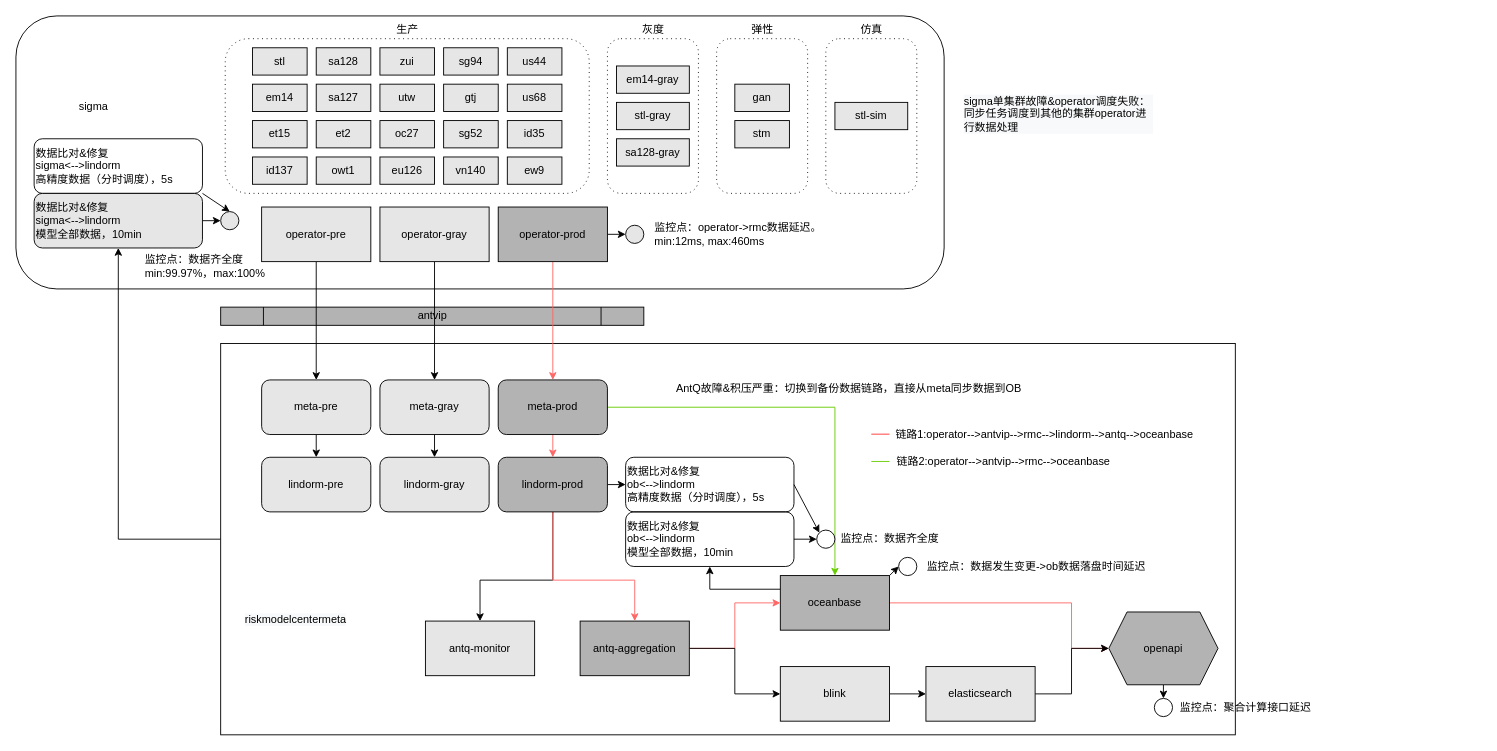
frankneu/draw.io keeps this draw.io diagram as 蚂蚁金服/RMC/蚂蚁金服-RMC-[20200904]-分时调度数据链路.drawio. Above is the earlier version. Source tidied: cells renumbered, new cells numbered last; positions are measured from the earlier drawing's top-left corner, leaving out a move shared by most shapes. Both pictures are drawn from the tidied source at 91%, with x=0, y=0 at pixel (15, 15).
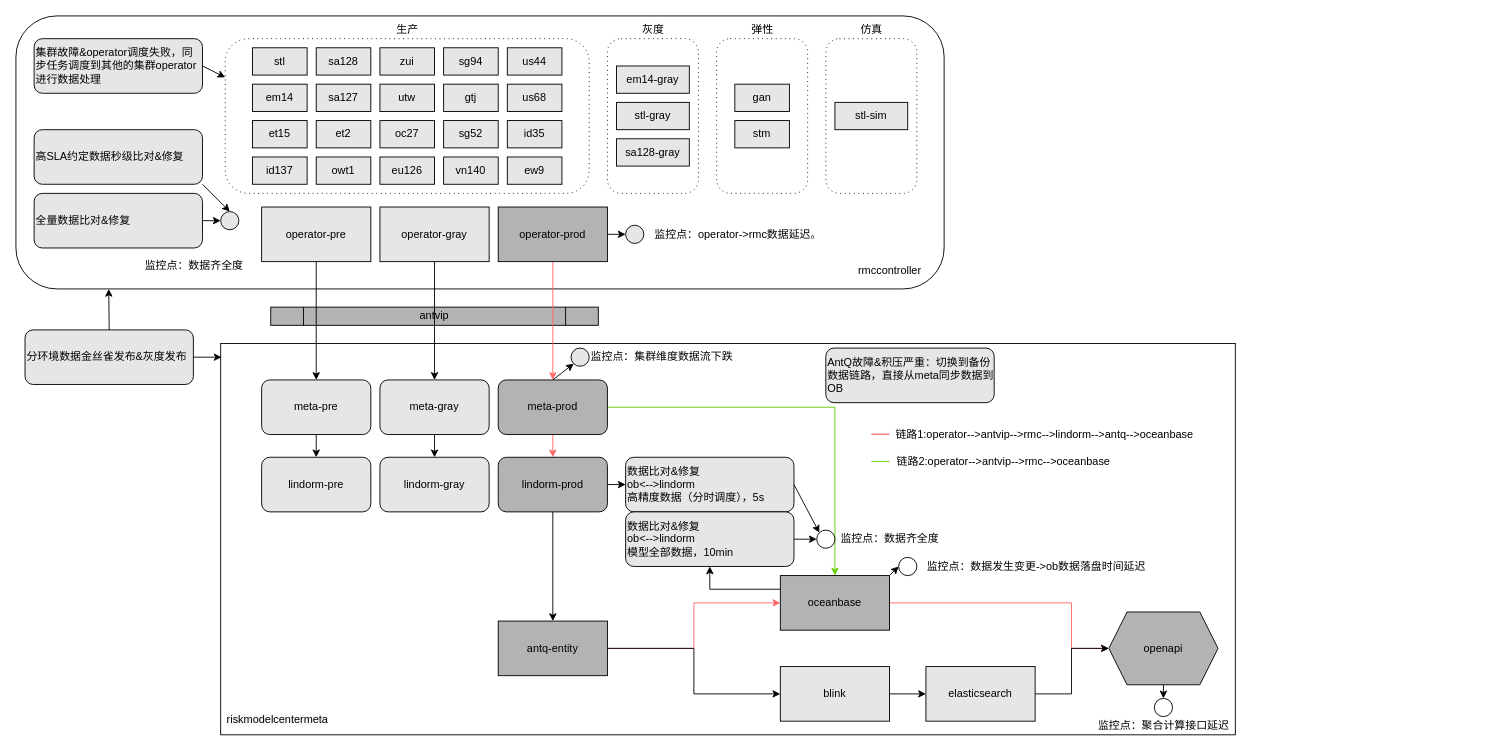
The same diagram, later.

Commit message:
Update 蚂蚁金服-RMC-[20200904]-分时调度数据链路.drawio

Unchanged cells that the change refers to:
```xml
<mxCell id="2" style="rounded=1;whiteSpace=wrap;html=1;" parent="1" vertex="1">
  <mxGeometry width="1020" height="300" as="geometry" />
</mxCell>
<mxCell id="6" style="shape=ext;rounded=1;html=1;whiteSpace=wrap;dashed=1;dashPattern=1 4;" parent="1" vertex="1">
  <mxGeometry x="230" y="25" width="400" height="170" as="geometry" />
</mxCell>
<mxCell id="30" style="rounded=0;whiteSpace=wrap;html=1;" parent="1" vertex="1">
  <mxGeometry x="225" y="360" width="1115" height="430" as="geometry" />
</mxCell>
<mxCell id="60" value="meta-prod" style="rounded=1;whiteSpace=wrap;html=1;fillColor=#B3B3B3;" parent="1" vertex="1">
  <mxGeometry x="530" y="400" width="120" height="60" as="geometry" />
</mxCell>
<mxCell id="66" value="lindorm-prod" style="rounded=1;whiteSpace=wrap;html=1;fillColor=#B3B3B3;" parent="1" vertex="1">
  <mxGeometry x="530" y="485" width="120" height="60" as="geometry" />
</mxCell>
```

What changed in the source:
```diff
@@
     <mxCell id="28" value="antvip" style="shape=process;whiteSpace=wrap;html=1;backgroundOutline=1;fillColor=#B3B3B3;" parent="1" vertex="1">
-      <mxGeometry x="225" y="320" width="465" height="20" as="geometry" />
+      <mxGeometry x="280" y="320" width="360" height="20" as="geometry" />
     </mxCell>
-    <mxCell id="29" style="edgeStyle=orthogonalEdgeStyle;rounded=0;jettySize=auto;html=1;exitX=0;exitY=0.5;exitDx=0;exitDy=0;entryX=0.5;entryY=1;entryDx=0;entryDy=0;" parent="1" edge="1" source="30" target="85">
-      <mxGeometry relative="1" as="geometry" />
-    </mxCell>
@@
-    <mxCell id="40" value="antq-aggregation" style="whiteSpace=wrap;html=1;rounded=0;fillColor=#B3B3B3;" parent="1" vertex="1">
-      <mxGeometry x="620" y="665" width="120" height="60" as="geometry" />
+    <mxCell id="40" value="antq-entity" style="whiteSpace=wrap;html=1;rounded=0;fillColor=#B3B3B3;" parent="1" vertex="1">
+      <mxGeometry x="530" y="665" width="120" height="60" as="geometry" />
     </mxCell>
@@
-    <mxCell id="52" value="antq-monitor" style="whiteSpace=wrap;html=1;rounded=0;fillColor=#E6E6E6;" parent="1" vertex="1">
-      <mxGeometry x="450" y="665" width="120" height="60" as="geometry" />
-    </mxCell>
     <mxCell id="53" value="&lt;span style=&quot;color: rgb(0, 0, 0); font-family: helvetica; font-size: 12px; font-style: normal; font-weight: 400; letter-spacing: normal; text-align: center; text-indent: 0px; text-transform: none; word-spacing: 0px; background-color: rgb(248, 249, 250); display: inline; float: none;&quot;&gt;riskmodelcentermeta&lt;/span&gt;" style="text;whiteSpace=wrap;html=1;" parent="1" vertex="1">
-      <mxGeometry x="250" y="650" width="140" height="30" as="geometry" />
+      <mxGeometry x="230" y="760" width="140" height="30" as="geometry" />
     </mxCell>
@@
+    <mxCell id="102" style="rounded=0;jettySize=auto;html=1;exitX=0.5;exitY=0;exitDx=0;exitDy=0;entryX=0;entryY=1;entryDx=0;entryDy=0;" parent="1" edge="1" source="60" target="106">
+      <mxGeometry relative="1" as="geometry" />
+    </mxCell>
@@
-    <mxCell id="63" style="edgeStyle=orthogonalEdgeStyle;rounded=0;jettySize=auto;html=1;exitX=0.5;exitY=1;exitDx=0;exitDy=0;entryX=0.5;entryY=0;entryDx=0;entryDy=0;fillColor=#E6E6E6;" parent="1" edge="1" source="66" target="52">
-      <mxGeometry relative="1" as="geometry">
-        <Array as="points">
-          <mxPoint x="590" y="620" />
-          <mxPoint x="510" y="620" />
-        </Array>
-      </mxGeometry>
-    </mxCell>
+    <mxCell id="65" style="edgeStyle=none;rounded=0;jettySize=auto;html=1;exitX=1;exitY=0.5;exitDx=0;exitDy=0;entryX=0;entryY=0.5;entryDx=0;entryDy=0;strokeColor=#000000;fillColor=#FFFF99;" parent="1" edge="1" source="66" target="87">
+      <mxGeometry relative="1" as="geometry" />
+    </mxCell>
-    <mxCell id="64" style="edgeStyle=orthogonalEdgeStyle;rounded=0;jettySize=auto;html=1;exitX=0.5;exitY=1;exitDx=0;exitDy=0;entryX=0.5;entryY=0;entryDx=0;entryDy=0;fillColor=#E6E6E6;strokeColor=#FF6666;" parent="1" edge="1" source="66" target="40">
-      <mxGeometry relative="1" as="geometry">
-        <Array as="points">
-          <mxPoint x="590" y="620" />
-          <mxPoint x="680" y="620" />
-        </Array>
-      </mxGeometry>
+    <mxCell id="64" style="edgeStyle=none;rounded=0;jettySize=auto;html=1;exitX=0.5;exitY=1;exitDx=0;exitDy=0;" parent="1" edge="1" source="66" target="40">
+      <mxGeometry relative="1" as="geometry" />
     </mxCell>
-    <mxCell id="65" style="edgeStyle=none;rounded=0;jettySize=auto;html=1;exitX=1;exitY=0.5;exitDx=0;exitDy=0;entryX=0;entryY=0.5;entryDx=0;entryDy=0;strokeColor=#000000;fillColor=#FFFF99;" parent="1" edge="1" source="66" target="87">
-      <mxGeometry relative="1" as="geometry" />
-    </mxCell>
@@
-    <mxCell id="67" value="sigma" style="text;html=1;align=center;verticalAlign=middle;" parent="1" vertex="1">
-      <mxGeometry x="60" y="90" width="50" height="20" as="geometry" />
-    </mxCell>
@@
-    <mxCell id="69" value="&lt;div style=&quot;color: rgb(0 , 0 , 0) ; font-family: &amp;#34;helvetica&amp;#34; ; font-size: 12px ; font-style: normal ; font-weight: 400 ; letter-spacing: normal ; text-indent: 0px ; text-transform: none ; word-spacing: 0px ; background-color: rgb(248 , 249 , 250) ; text-align: left&quot;&gt;sigma单集群故障&amp;amp;operator调度失败：&lt;/div&gt;&lt;div style=&quot;color: rgb(0 , 0 , 0) ; font-family: &amp;#34;helvetica&amp;#34; ; font-size: 12px ; font-style: normal ; font-weight: 400 ; letter-spacing: normal ; text-indent: 0px ; text-transform: none ; word-spacing: 0px ; background-color: rgb(248 , 249 , 250) ; text-align: left&quot;&gt;同步任务调度到其他的集群operator进行数据处理&lt;/div&gt;" style="text;whiteSpace=wrap;html=1;" parent="1" vertex="1">
-      <mxGeometry x="1040" y="80" width="210" height="40" as="geometry" />
-    </mxCell>
-    <mxCell id="70" value="AntQ故障&amp;amp;积压严重：切换到备份数据链路，直接从meta同步数据到OB" style="text;html=1;align=center;verticalAlign=middle;" parent="1" vertex="1">
-      <mxGeometry x="720" y="400" width="390" height="20" as="geometry" />
-    </mxCell>
@@
-    <mxCell id="76" value="监控点：operator-&amp;gt;rmc数据延迟。&lt;br&gt;min:12ms, max:460ms" style="text;html=1;align=left;verticalAlign=middle;" parent="1" vertex="1">
-      <mxGeometry x="700" y="225" width="200" height="30" as="geometry" />
+    <mxCell id="76" value="监控点：operator-&amp;gt;rmc数据延迟。" style="text;html=1;align=left;verticalAlign=middle;" parent="1" vertex="1">
+      <mxGeometry x="700" y="230" width="200" height="20" as="geometry" />
     </mxCell>
@@
-    <mxCell id="83" value="&lt;span&gt;数据比对&lt;/span&gt;&lt;span&gt;&amp;amp;修复&lt;/span&gt;&lt;span&gt;&lt;br&gt;sigma&amp;lt;--&amp;gt;lindorm&lt;/span&gt;&lt;br&gt;&lt;span&gt;高精度数据（分时调度），5s&lt;/span&gt;" style="rounded=1;whiteSpace=wrap;html=1;fillColor=none;align=left;" parent="1" vertex="1">
-      <mxGeometry x="20" y="135" width="185" height="60" as="geometry" />
+    <mxCell id="83" value="高SLA约定数据秒级比对&amp;amp;修复" style="rounded=1;whiteSpace=wrap;html=1;fillColor=#E6E6E6;align=left;" parent="1" vertex="1">
+      <mxGeometry x="20" y="125" width="185" height="60" as="geometry" />
     </mxCell>
@@
-    <mxCell id="85" value="数据比对&amp;amp;修复&lt;br&gt;sigma&amp;lt;--&amp;gt;lindorm&lt;br&gt;模型全部数据，10min" style="rounded=1;whiteSpace=wrap;html=1;fillColor=#E6E6E6;align=left;" parent="1" vertex="1">
+    <mxCell id="85" value="全量数据比对&amp;amp;修复" style="rounded=1;whiteSpace=wrap;html=1;fillColor=#E6E6E6;align=left;" parent="1" vertex="1">
       <mxGeometry x="20" y="195" width="185" height="60" as="geometry" />
     </mxCell>
@@
-    <mxCell id="87" value="&lt;span&gt;数据比对&lt;/span&gt;&lt;span&gt;&amp;amp;修复&lt;/span&gt;&lt;span&gt;&lt;br&gt;ob&amp;lt;--&amp;gt;lindorm&lt;/span&gt;&lt;br&gt;&lt;span&gt;高精度数据（分时调度），5s&lt;/span&gt;" style="rounded=1;whiteSpace=wrap;html=1;fillColor=none;align=left;" parent="1" vertex="1">
+    <mxCell id="87" value="&lt;span&gt;数据比对&lt;/span&gt;&lt;span&gt;&amp;amp;修复&lt;/span&gt;&lt;span&gt;&lt;br&gt;ob&amp;lt;--&amp;gt;lindorm&lt;/span&gt;&lt;br&gt;&lt;span&gt;高精度数据（分时调度），5s&lt;/span&gt;" style="rounded=1;whiteSpace=wrap;html=1;fillColor=#E6E6E6;align=left;" parent="1" vertex="1">
       <mxGeometry x="670" y="485" width="185" height="60" as="geometry" />
     </mxCell>
@@
-    <mxCell id="89" value="数据比对&amp;amp;修复&lt;br&gt;ob&amp;lt;--&amp;gt;lindorm&lt;br&gt;模型全部数据，10min" style="rounded=1;whiteSpace=wrap;html=1;fillColor=none;align=left;" parent="1" vertex="1">
+    <mxCell id="89" value="数据比对&amp;amp;修复&lt;br&gt;ob&amp;lt;--&amp;gt;lindorm&lt;br&gt;模型全部数据，10min" style="rounded=1;whiteSpace=wrap;html=1;fillColor=#E6E6E6;align=left;" parent="1" vertex="1">
       <mxGeometry x="670" y="545" width="185" height="60" as="geometry" />
     </mxCell>
@@
-    <mxCell id="91" value="监控点：数据齐全度&lt;br&gt;min:99.97%，max:100%" style="text;html=1;align=left;verticalAlign=middle;" parent="1" vertex="1">
-      <mxGeometry x="140" y="260" width="150" height="30" as="geometry" />
+    <mxCell id="91" value="监控点：数据齐全度" style="text;html=1;align=left;verticalAlign=middle;" parent="1" vertex="1">
+      <mxGeometry x="140" y="265" width="120" height="20" as="geometry" />
     </mxCell>
     <mxCell id="92" value="监控点：聚合计算接口延迟" style="text;html=1;align=center;verticalAlign=middle;" parent="1" vertex="1">
-      <mxGeometry x="1271" y="750" width="160" height="20" as="geometry" />
+      <mxGeometry x="1181" y="770" width="160" height="20" as="geometry" />
     </mxCell>
@@
+    <mxCell id="103" value="&lt;div style=&quot;font-family: &amp;#34;helvetica&amp;#34; ; font-size: 12px ; font-style: normal ; font-weight: 400 ; letter-spacing: normal ; text-indent: 0px ; text-transform: none ; word-spacing: 0px ; background-color: rgb(248 , 249 , 250) ; text-align: left&quot;&gt;&lt;br&gt;&lt;/div&gt;" style="text;whiteSpace=wrap;html=1;" parent="1" vertex="1">
+      <mxGeometry x="1400" y="150" width="210" height="40" as="geometry" />
+    </mxCell>
+    <mxCell id="104" style="edgeStyle=none;rounded=0;jettySize=auto;html=1;exitX=1;exitY=0.5;exitDx=0;exitDy=0;entryX=0;entryY=0.25;entryDx=0;entryDy=0;" parent="1" edge="1" source="105" target="6">
+      <mxGeometry relative="1" as="geometry" />
+    </mxCell>
+    <mxCell id="105" value="&lt;div style=&quot;font-family: &amp;#34;helvetica&amp;#34;&quot;&gt;集群故障&amp;amp;operator调度失败，同步任务调度到其他的集群operator进行数据处理&lt;/div&gt;" style="rounded=1;whiteSpace=wrap;html=1;fillColor=#E6E6E6;align=left;" parent="1" vertex="1">
+      <mxGeometry x="20" y="25" width="185" height="60" as="geometry" />
+    </mxCell>
+    <mxCell id="106" style="ellipse;whiteSpace=wrap;html=1;fillColor=#E6E6E6;" parent="1" vertex="1">
+      <mxGeometry x="610" y="365" width="20" height="20" as="geometry" />
+    </mxCell>
+    <mxCell id="107" value="监控点：集群维度数据流下跌" style="text;html=1;align=left;verticalAlign=middle;" parent="1" vertex="1">
+      <mxGeometry x="630" y="365" width="170" height="20" as="geometry" />
+    </mxCell>
+    <mxCell id="70" value="&lt;span style=&quot;font-family: &amp;#34;helvetica&amp;#34; ; text-align: center&quot;&gt;AntQ故障&amp;amp;积压严重：切换到备份数据链路，直接从meta同步数据到OB&lt;/span&gt;" style="rounded=1;whiteSpace=wrap;html=1;fillColor=#E6E6E6;align=left;" parent="1" vertex="1">
+      <mxGeometry x="890" y="365" width="185" height="60" as="geometry" />
+    </mxCell>
+    <mxCell id="108" style="edgeStyle=none;rounded=0;jettySize=auto;html=1;exitX=0.5;exitY=0;exitDx=0;exitDy=0;entryX=0.1;entryY=1;entryDx=0;entryDy=0;entryPerimeter=0;" parent="1" edge="1" source="110" target="2">
+      <mxGeometry relative="1" as="geometry" />
+    </mxCell>
+    <mxCell id="109" style="edgeStyle=none;rounded=0;jettySize=auto;html=1;exitX=1;exitY=0.5;exitDx=0;exitDy=0;" parent="1" edge="1" source="110">
+      <mxGeometry relative="1" as="geometry">
+        <mxPoint x="226" y="375" as="targetPoint" />
+      </mxGeometry>
+    </mxCell>
+    <mxCell id="110" value="&lt;div style=&quot;font-family: &amp;#34;helvetica&amp;#34;&quot;&gt;分环境数据金丝雀发布&amp;amp;灰度发布&lt;/div&gt;" style="rounded=1;whiteSpace=wrap;html=1;fillColor=#E6E6E6;align=left;" parent="1" vertex="1">
+      <mxGeometry x="10" y="345" width="185" height="60" as="geometry" />
+    </mxCell>
+    <mxCell id="111" value="rmccontroller" style="text;html=1;align=center;verticalAlign=middle;" parent="1" vertex="1">
+      <mxGeometry x="920" y="270" width="80" height="20" as="geometry" />
+    </mxCell>
```
